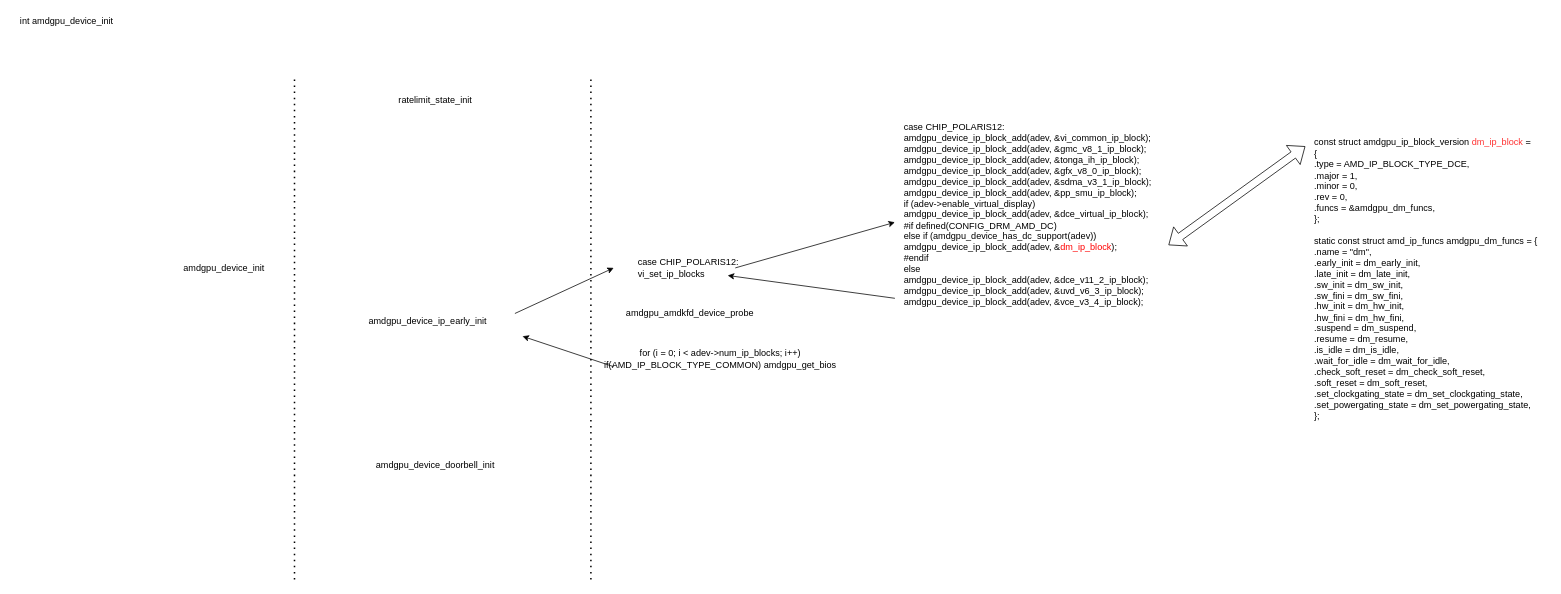
This is VGA compatible controller [0300]: Advanced Micro Devices, Inc. [AMD/ATI] Lexa PRO [Radeon 540/540X/550/550X / RX 540X/550/550X] [1002:699f] (rev c7).drawio from hongaoo/draw-io-files, a draw.io file, before an edit. Source tidied: cells renumbered, new cells numbered last; positions are measured from the earlier drawing's top-left corner, leaving out a move shared by most shapes. Both pictures are drawn from the tidied source at 76%, with x=0, y=0 at pixel (13, 13).
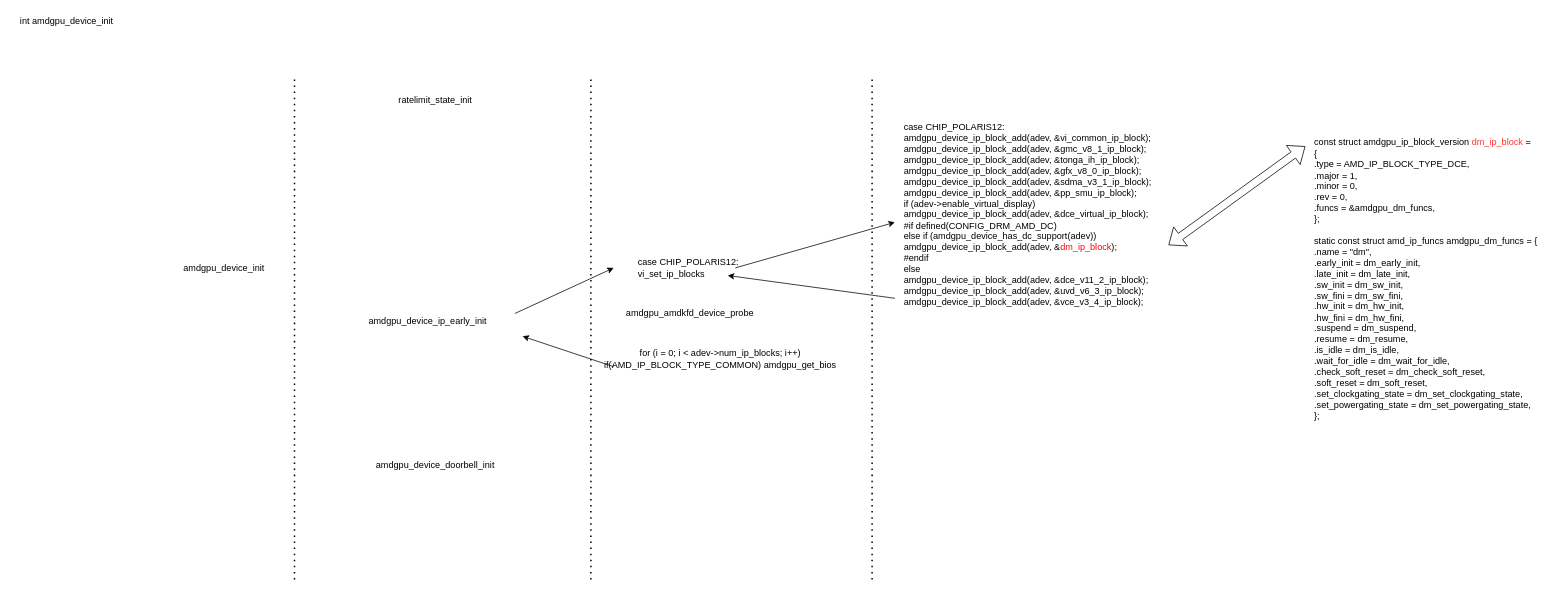
Above is the later version.

Commit message (it also covers changes not shown here):
Update VGA compatible controller [0300]: Advanced Micro Devices, Inc. [AMD/ATI] Lexa PRO [Radeon 540/540X/550/550X / RX 540X/550/550X] [1002:699f] (rev c7).drawio

The edit, as a diff of the source:
```diff
@@
+    <mxCell id="19" style="endArrow=none;dashed=1;html=1;dashPattern=1 3;strokeWidth=2;rounded=0;fontColor=#FF3333;" parent="1" edge="1">
+      <mxGeometry relative="1" as="geometry">
+        <mxPoint x="1130" y="745" as="sourcePoint" />
+        <mxPoint x="1130" y="85" as="targetPoint" />
+      </mxGeometry>
+    </mxCell>
```
